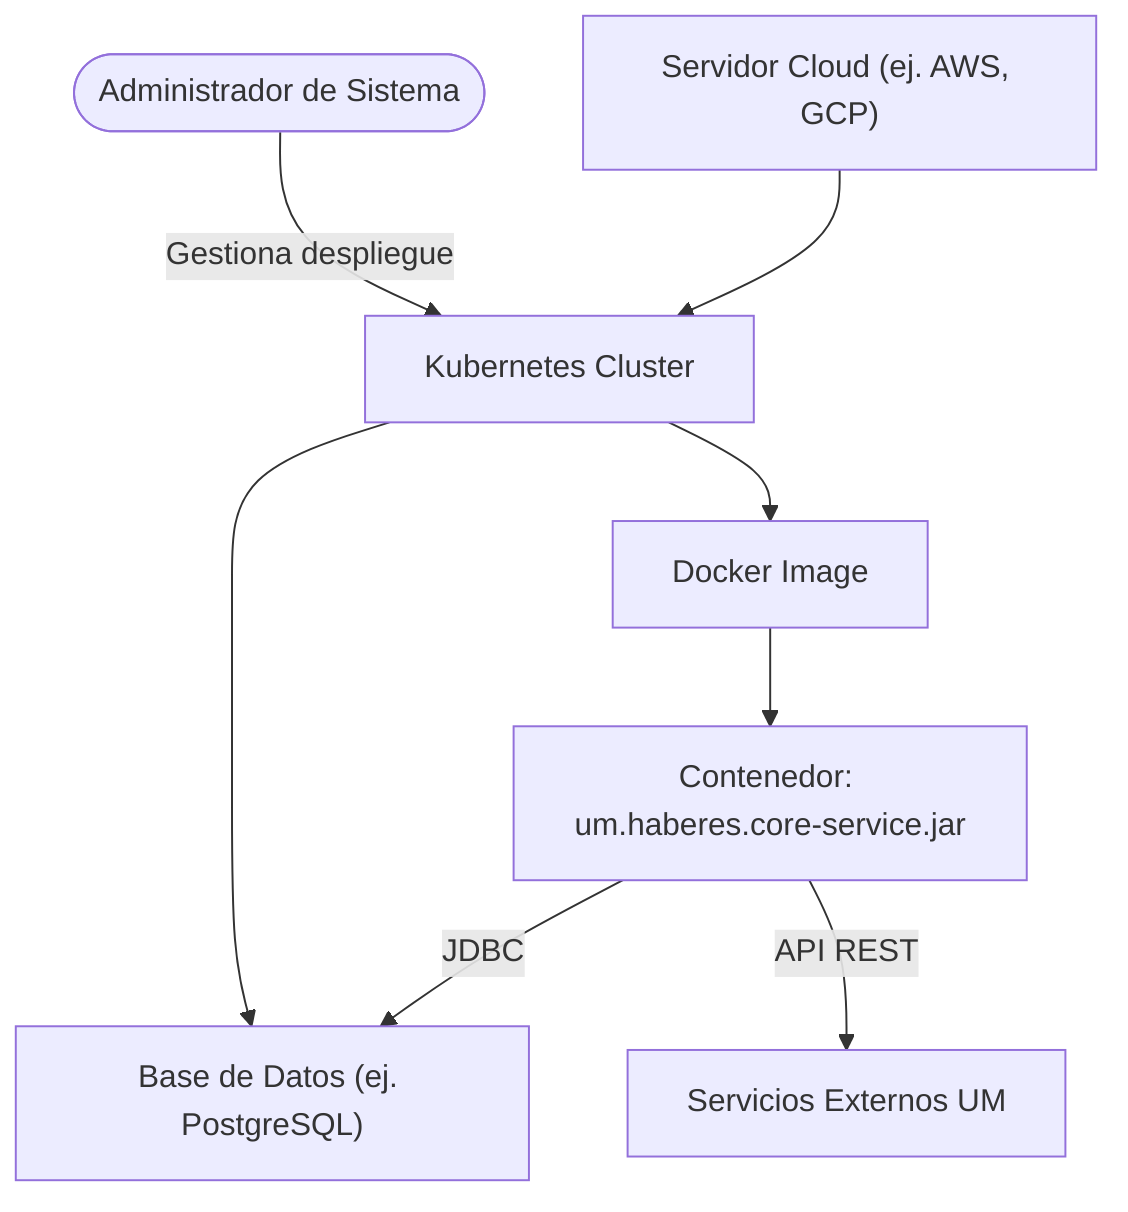
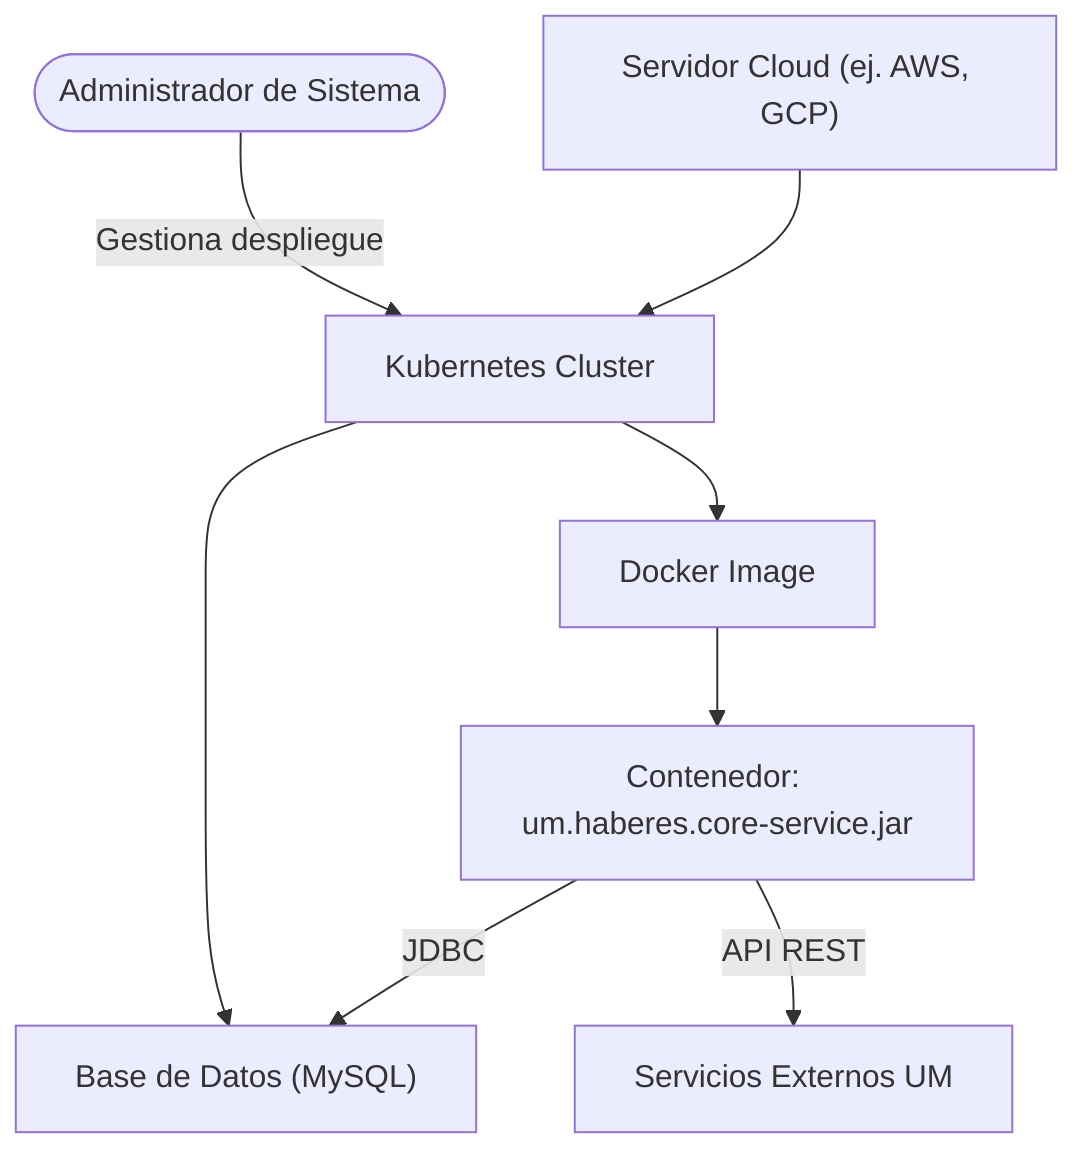
flowchart TD
    Admin([Administrador de Sistema])
    Cloud["Servidor Cloud (ej. AWS, GCP)"]
    K8s["Kubernetes Cluster"]
    Docker["Docker Image"]
    Container["Contenedor: um.haberes.core-service.jar"]
-     DB["Base de Datos (ej. PostgreSQL)"]
+     DB["Base de Datos (MySQL)"]
    ExternalServices["Servicios Externos UM"]

    Admin -- "Gestiona despliegue" --> K8s
    Cloud --> K8s
    K8s --> Docker
    Docker --> Container
    K8s --> DB
    Container -- "JDBC" --> DB
    Container -- "API REST" --> ExternalServices
